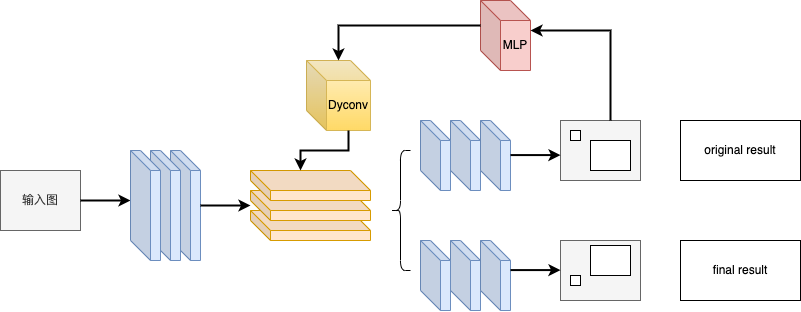
Above: be.png in johnran103/diagrams (draw.io), before the change. Source tidied: cells renumbered, new cells last; positions are measured from the earlier drawing's top-left corner, leaving out a move shared by most shapes.
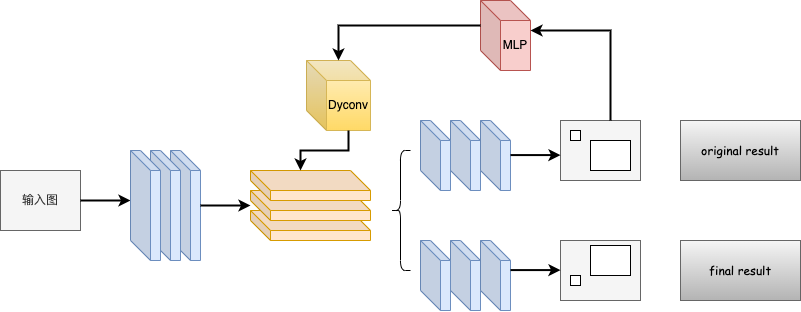
Later version of the same file.

What changed in the source:
```diff
@@ -94,10 +94,10 @@
     <mxCell id="28" style="rounded=0;whiteSpace=wrap;html=1;" parent="1" vertex="1">
       <mxGeometry x="570" y="275" width="10" height="10" as="geometry" />
     </mxCell>
-    <mxCell id="29" value="final result" style="rounded=0;whiteSpace=wrap;html=1;" parent="1" vertex="1">
+    <mxCell id="29" value="final result" style="rounded=0;whiteSpace=wrap;html=1;fillColor=#f5f5f5;gradientColor=#b3b3b3;strokeColor=#666666;fontFamily=Comic Sans MS;" parent="1" vertex="1">
       <mxGeometry x="680" y="240" width="120" height="60" as="geometry" />
     </mxCell>
-    <mxCell id="30" value="original result" style="rounded=0;whiteSpace=wrap;html=1;" parent="1" vertex="1">
+    <mxCell id="30" value="original result" style="rounded=0;whiteSpace=wrap;html=1;fillColor=#f5f5f5;gradientColor=#b3b3b3;strokeColor=#666666;fontFamily=Comic Sans MS;" parent="1" vertex="1">
       <mxGeometry x="680" y="120" width="120" height="60" as="geometry" />
     </mxCell>
     <mxCell id="31" style="endArrow=classic;html=1;rounded=0;strokeWidth=2;edgeStyle=orthogonalEdgeStyle;entryX=0;entryY=0;entryDx=22;entryDy=0;entryPerimeter=0;exitX=0;exitY=0;exitDx=0;exitDy=25;exitPerimeter=0;" parent="1" edge="1" source="19" target="20">
```
